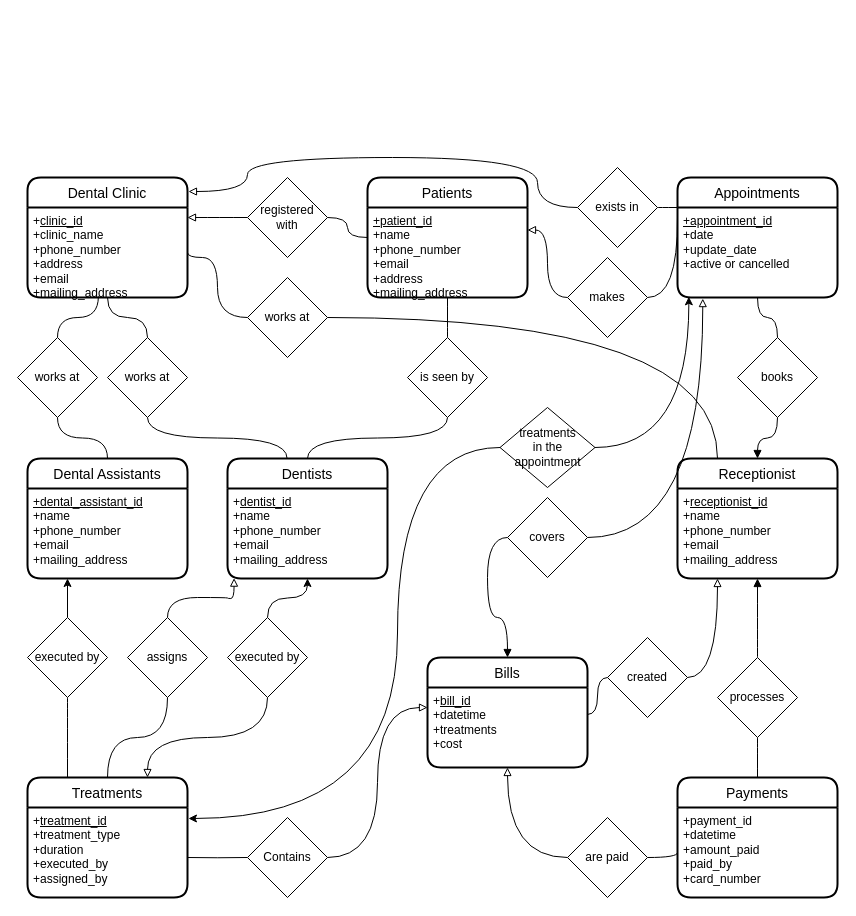
Above: MyDentalClinicDiagram.drawio in gituser514/Diagram (draw.io), before the change. Source tidied: cells renumbered, new cells numbered last; positions are measured from the earlier drawing's top-left corner, leaving out a move shared by most shapes. Both pictures are drawn from the tidied source at 100%, with x=0, y=0 at pixel (17, 157).
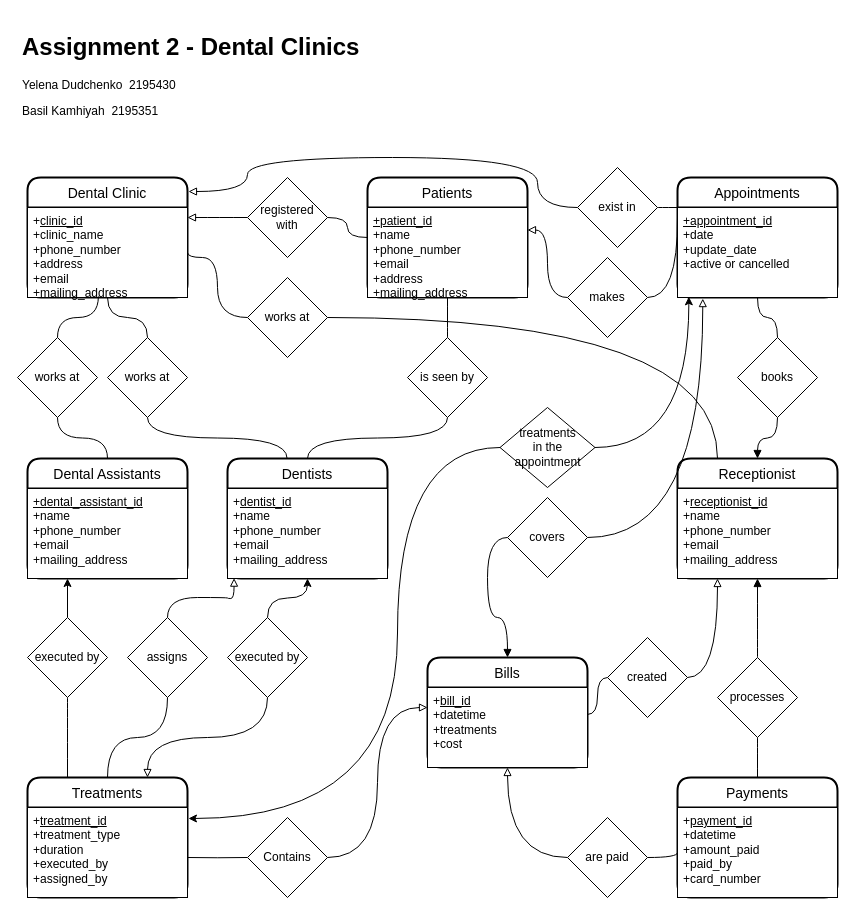
Above is the later version.

Unchanged cells that the change refers to:
```xml
<mxCell id="2" value="Dental Clinic" style="swimlane;horizontal=1;startSize=30;rounded=1;fontSize=14;fontStyle=0;strokeWidth=2;shadow=0;dashed=0;align=center;" parent="1" vertex="1">
  <mxGeometry x="10" y="20" width="160" height="120" as="geometry" />
</mxCell>
<mxCell id="4" value="Dentists" style="swimlane;horizontal=1;startSize=30;rounded=1;fontSize=14;fontStyle=0;strokeWidth=2;shadow=0;dashed=0;align=center;" parent="1" vertex="1">
  <mxGeometry x="210" y="301" width="160" height="120" as="geometry" />
</mxCell>
<mxCell id="6" value="Patients" style="swimlane;horizontal=1;startSize=30;rounded=1;fontSize=14;fontStyle=0;strokeWidth=2;shadow=0;dashed=0;align=center;" parent="1" vertex="1">
  <mxGeometry x="350" y="20" width="160" height="120" as="geometry" />
</mxCell>
<mxCell id="8" value="Dental Assistants" style="swimlane;horizontal=1;startSize=30;rounded=1;fontSize=14;fontStyle=0;strokeWidth=2;shadow=0;dashed=0;align=center;" parent="1" vertex="1">
  <mxGeometry x="10" y="301" width="160" height="120" as="geometry" />
</mxCell>
<mxCell id="10" value="Treatments " style="swimlane;horizontal=1;startSize=30;rounded=1;fontSize=14;fontStyle=0;strokeWidth=2;shadow=0;dashed=0;align=center;" parent="1" vertex="1">
  <mxGeometry x="10" y="620" width="160" height="120" as="geometry" />
</mxCell>
<mxCell id="12" value="Appointments " style="swimlane;horizontal=1;startSize=30;rounded=1;fontSize=14;fontStyle=0;strokeWidth=2;shadow=0;dashed=0;align=center;" parent="1" vertex="1">
  <mxGeometry x="660" y="20" width="160" height="120" as="geometry" />
</mxCell>
<mxCell id="18" value="&lt;div&gt;registered &lt;br&gt;&lt;/div&gt;&lt;div&gt;with&lt;/div&gt;" style="shape=rhombus;perimeter=rhombusPerimeter;whiteSpace=wrap;html=1;align=center;" parent="1" vertex="1">
  <mxGeometry x="230" y="20" width="80" height="80" as="geometry" />
</mxCell>
<mxCell id="19" value="Receptionist" style="swimlane;horizontal=1;startSize=30;rounded=1;fontSize=14;fontStyle=0;strokeWidth=2;shadow=0;dashed=0;align=center;" parent="1" vertex="1">
  <mxGeometry x="660" y="301" width="160" height="120" as="geometry" />
</mxCell>
```

The edit, as a diff of the source:
```diff
@@
-    <mxCell id="3" value="+&lt;u&gt;clinic_id&lt;/u&gt;&lt;br&gt;+clinic_name&lt;br&gt;&lt;div&gt;+phone_number&lt;/div&gt;&lt;div&gt;+address &lt;br&gt;&lt;/div&gt;&lt;div&gt;+email&lt;/div&gt;&lt;div&gt;+mailing_address&lt;br&gt;&lt;/div&gt;" style="align=left;strokeColor=none;fillColor=none;spacingLeft=4;fontSize=12;verticalAlign=top;html=1;" parent="2" vertex="1">
+    <mxCell id="3" value="+&lt;u&gt;clinic_id&lt;/u&gt;&lt;br&gt;+clinic_name&lt;br&gt;&lt;div&gt;+phone_number&lt;/div&gt;&lt;div&gt;+address &lt;br&gt;&lt;/div&gt;&lt;div&gt;+email&lt;/div&gt;&lt;div&gt;+mailing_address&lt;br&gt;&lt;/div&gt;" style="align=left;spacingLeft=4;fontSize=12;verticalAlign=top;html=1;" parent="2" vertex="1">
       <mxGeometry y="30" width="160" height="90" as="geometry" />
     </mxCell>
@@
-    <mxCell id="5" value="+&lt;u&gt;dentist_id&lt;/u&gt;&lt;br&gt;+name&lt;br&gt;&lt;div&gt;+phone_number&lt;/div&gt;&lt;div&gt;+email&lt;/div&gt;&lt;div&gt;+mailing_address&lt;br&gt;&lt;/div&gt;" style="align=left;strokeColor=none;fillColor=none;spacingLeft=4;fontSize=12;verticalAlign=top;html=1;" parent="4" vertex="1">
+    <mxCell id="5" value="+&lt;u&gt;dentist_id&lt;/u&gt;&lt;br&gt;+name&lt;br&gt;&lt;div&gt;+phone_number&lt;/div&gt;&lt;div&gt;+email&lt;/div&gt;&lt;div&gt;+mailing_address&lt;br&gt;&lt;/div&gt;" style="align=left;spacingLeft=4;fontSize=12;verticalAlign=top;html=1;" parent="4" vertex="1">
       <mxGeometry y="30" width="160" height="90" as="geometry" />
     </mxCell>
@@
-    <mxCell id="7" value="&lt;u&gt;+patient_id&lt;/u&gt;&lt;br&gt;+name&lt;br&gt;&lt;div&gt;+phone_number&lt;/div&gt;&lt;div&gt;+email&lt;br&gt;+address &lt;br&gt;&lt;/div&gt;&lt;div&gt;+mailing_address&lt;br&gt;&lt;/div&gt;" style="align=left;strokeColor=none;fillColor=none;spacingLeft=4;fontSize=12;verticalAlign=top;html=1;" parent="6" vertex="1">
+    <mxCell id="7" value="&lt;u&gt;+patient_id&lt;/u&gt;&lt;br&gt;+name&lt;br&gt;&lt;div&gt;+phone_number&lt;/div&gt;&lt;div&gt;+email&lt;br&gt;+address &lt;br&gt;&lt;/div&gt;&lt;div&gt;+mailing_address&lt;br&gt;&lt;/div&gt;" style="align=left;spacingLeft=4;fontSize=12;verticalAlign=top;html=1;" parent="6" vertex="1">
       <mxGeometry y="30" width="160" height="90" as="geometry" />
     </mxCell>
@@
-    <mxCell id="9" value="&lt;u&gt;+dental_assistant_id&lt;/u&gt;&lt;br&gt;+name&lt;br&gt;&lt;div&gt;+phone_number&lt;/div&gt;&lt;div&gt;+email&lt;/div&gt;&lt;div&gt;+mailing_address&lt;br&gt;&lt;/div&gt;" style="align=left;strokeColor=none;fillColor=none;spacingLeft=4;fontSize=12;verticalAlign=top;html=1;" parent="8" vertex="1">
+    <mxCell id="9" value="&lt;u&gt;+dental_assistant_id&lt;/u&gt;&lt;br&gt;+name&lt;br&gt;&lt;div&gt;+phone_number&lt;/div&gt;&lt;div&gt;+email&lt;/div&gt;&lt;div&gt;+mailing_address&lt;br&gt;&lt;/div&gt;" style="align=left;spacingLeft=4;fontSize=12;verticalAlign=top;html=1;" parent="8" vertex="1">
       <mxGeometry y="30" width="160" height="90" as="geometry" />
     </mxCell>
@@
-    <mxCell id="11" value="+&lt;u&gt;treatment_id&lt;/u&gt;&lt;br&gt;+treatment_type&lt;br&gt;&lt;div&gt;+duration&lt;/div&gt;&lt;div&gt;+executed_by &lt;br&gt;&lt;/div&gt;&lt;div&gt;+assigned_by&lt;br&gt;&lt;/div&gt;" style="align=left;strokeColor=none;fillColor=none;spacingLeft=4;fontSize=12;verticalAlign=top;html=1;" parent="10" vertex="1">
+    <mxCell id="11" value="+&lt;u&gt;treatment_id&lt;/u&gt;&lt;br&gt;+treatment_type&lt;br&gt;&lt;div&gt;+duration&lt;/div&gt;&lt;div&gt;+executed_by &lt;br&gt;&lt;/div&gt;&lt;div&gt;+assigned_by&lt;br&gt;&lt;/div&gt;" style="align=left;spacingLeft=4;fontSize=12;verticalAlign=top;html=1;" parent="10" vertex="1">
       <mxGeometry y="30" width="160" height="90" as="geometry" />
     </mxCell>
@@
-    <mxCell id="13" value="&lt;div&gt;&lt;u&gt;+appointment_id&lt;/u&gt;&lt;/div&gt;&lt;div&gt;+date&lt;/div&gt;&lt;div&gt;+update_date&lt;br&gt;&lt;/div&gt;&lt;div&gt;+active or cancelled&lt;br&gt;&lt;/div&gt;&lt;div&gt;&lt;br&gt;&lt;/div&gt;" style="align=left;strokeColor=none;fillColor=none;spacingLeft=4;fontSize=12;verticalAlign=top;html=1;" parent="12" vertex="1">
+    <mxCell id="13" value="&lt;div&gt;&lt;u&gt;+appointment_id&lt;/u&gt;&lt;/div&gt;&lt;div&gt;+date&lt;/div&gt;&lt;div&gt;+update_date&lt;br&gt;&lt;/div&gt;&lt;div&gt;+active or cancelled&lt;br&gt;&lt;/div&gt;&lt;div&gt;&lt;br&gt;&lt;/div&gt;" style="align=left;spacingLeft=4;fontSize=12;verticalAlign=top;html=1;" parent="12" vertex="1">
       <mxGeometry y="30" width="160" height="90" as="geometry" />
     </mxCell>
-    <mxCell id="14" value="Bills" style="swimlane;horizontal=1;startSize=30;rounded=1;fontSize=14;fontStyle=0;strokeWidth=2;shadow=0;align=center;fillColor=none;" parent="1" vertex="1">
+    <mxCell id="14" value="Bills" style="swimlane;horizontal=1;startSize=30;rounded=1;fontSize=14;fontStyle=0;strokeWidth=2;shadow=0;align=center;" parent="1" vertex="1">
       <mxGeometry x="410" y="500" width="160" height="110" as="geometry" />
     </mxCell>
-    <mxCell id="15" value="+&lt;u&gt;bill_id&lt;br&gt;&lt;/u&gt;+datetime &lt;br&gt;&lt;div&gt;+treatments &lt;/div&gt;&lt;div&gt;+cost&lt;br&gt;&lt;/div&gt;" style="align=left;strokeColor=none;fillColor=none;spacingLeft=4;fontSize=12;verticalAlign=top;html=1;" parent="14" vertex="1">
+    <mxCell id="15" value="+&lt;u&gt;bill_id&lt;br&gt;&lt;/u&gt;+datetime &lt;br&gt;&lt;div&gt;+treatments &lt;/div&gt;&lt;div&gt;+cost&lt;br&gt;&lt;/div&gt;" style="align=left;spacingLeft=4;fontSize=12;verticalAlign=top;html=1;" parent="14" vertex="1">
       <mxGeometry y="30" width="160" height="80" as="geometry" />
     </mxCell>
-    <mxCell id="16" style="rounded=0;jettySize=auto;html=1;endArrow=block;endFill=0;edgeStyle=orthogonalEdgeStyle;curved=1;strokeColor=default;" parent="1" edge="1" source="18">
+    <mxCell id="16" style="rounded=0;jettySize=auto;html=1;endArrow=block;endFill=0;edgeStyle=orthogonalEdgeStyle;curved=1;" parent="1" edge="1" source="18">
       <mxGeometry relative="1" as="geometry">
         <mxPoint x="170" y="60" as="targetPoint" />
       </mxGeometry>
     </mxCell>
@@
-    <mxCell id="20" value="+&lt;u&gt;receptionist_id&lt;/u&gt;&lt;br&gt;+name&lt;br&gt;&lt;div&gt;+phone_number&lt;/div&gt;&lt;div&gt;+email&lt;/div&gt;&lt;div&gt;+mailing_address&lt;br&gt;&lt;/div&gt;" style="align=left;strokeColor=none;fillColor=none;spacingLeft=4;fontSize=12;verticalAlign=top;html=1;" parent="19" vertex="1">
+    <mxCell id="20" value="+&lt;u&gt;receptionist_id&lt;/u&gt;&lt;br&gt;+name&lt;br&gt;&lt;div&gt;+phone_number&lt;/div&gt;&lt;div&gt;+email&lt;/div&gt;&lt;div&gt;+mailing_address&lt;br&gt;&lt;/div&gt;" style="align=left;spacingLeft=4;fontSize=12;verticalAlign=top;html=1;" parent="19" vertex="1">
       <mxGeometry y="30" width="160" height="90" as="geometry" />
     </mxCell>
@@
-    <mxCell id="41" value="Payments" style="swimlane;horizontal=1;startSize=30;rounded=1;fontSize=14;fontStyle=0;strokeWidth=2;shadow=0;align=center;fillColor=none;" parent="1" vertex="1">
+    <mxCell id="41" value="Payments" style="swimlane;horizontal=1;startSize=30;rounded=1;fontSize=14;fontStyle=0;strokeWidth=2;shadow=0;align=center;" parent="1" vertex="1">
       <mxGeometry x="660" y="620" width="160" height="120" as="geometry" />
     </mxCell>
-    <mxCell id="42" value="+payment_id&lt;br&gt;+datetime &lt;br&gt;&lt;div&gt;+amount_paid&amp;nbsp; &lt;br&gt;&lt;/div&gt;&lt;div&gt;+paid_by&lt;/div&gt;&lt;div&gt;+card_number&lt;br&gt;&lt;/div&gt;" style="align=left;strokeColor=none;fillColor=none;spacingLeft=4;fontSize=12;verticalAlign=top;html=1;" parent="41" vertex="1">
+    <mxCell id="42" value="+&lt;u&gt;payment_id&lt;/u&gt;&lt;br&gt;+datetime &lt;br&gt;&lt;div&gt;+amount_paid&amp;nbsp; &lt;br&gt;&lt;/div&gt;&lt;div&gt;+paid_by&lt;/div&gt;&lt;div&gt;+card_number&lt;br&gt;&lt;/div&gt;" style="align=left;spacingLeft=4;fontSize=12;verticalAlign=top;html=1;" parent="41" vertex="1">
       <mxGeometry y="30" width="160" height="90" as="geometry" />
     </mxCell>
@@
-    <mxCell id="70" value="exists in" style="rhombus;whiteSpace=wrap;html=1;rounded=0;sketch=0;" parent="1" vertex="1">
+    <mxCell id="70" value="exist in" style="rhombus;whiteSpace=wrap;html=1;rounded=0;sketch=0;" parent="1" vertex="1">
       <mxGeometry x="560" y="10" width="80" height="80" as="geometry" />
     </mxCell>
+    <mxCell id="71" value="&lt;h1&gt;Assignment 2 - Dental Clinics&lt;br&gt;&lt;/h1&gt;&lt;p&gt;Yelena Dudchenko &lt;span&gt; &lt;/span&gt;&lt;span style=&quot;white-space: pre&quot;&gt; &lt;/span&gt;2195430&lt;span&gt; &lt;/span&gt;&lt;/p&gt;&lt;p&gt;Basil Kamhiyah&lt;span&gt; &lt;span&gt; &lt;/span&gt;&lt;span style=&quot;white-space: pre&quot;&gt; &lt;/span&gt;2195351&lt;/span&gt;&lt;br&gt;&lt;/p&gt;" style="text;html=1;spacing=5;spacingTop=-20;whiteSpace=wrap;overflow=hidden;rounded=0;" parent="1" vertex="1">
+      <mxGeometry y="-130" width="490" height="120" as="geometry" />
+    </mxCell>
```
